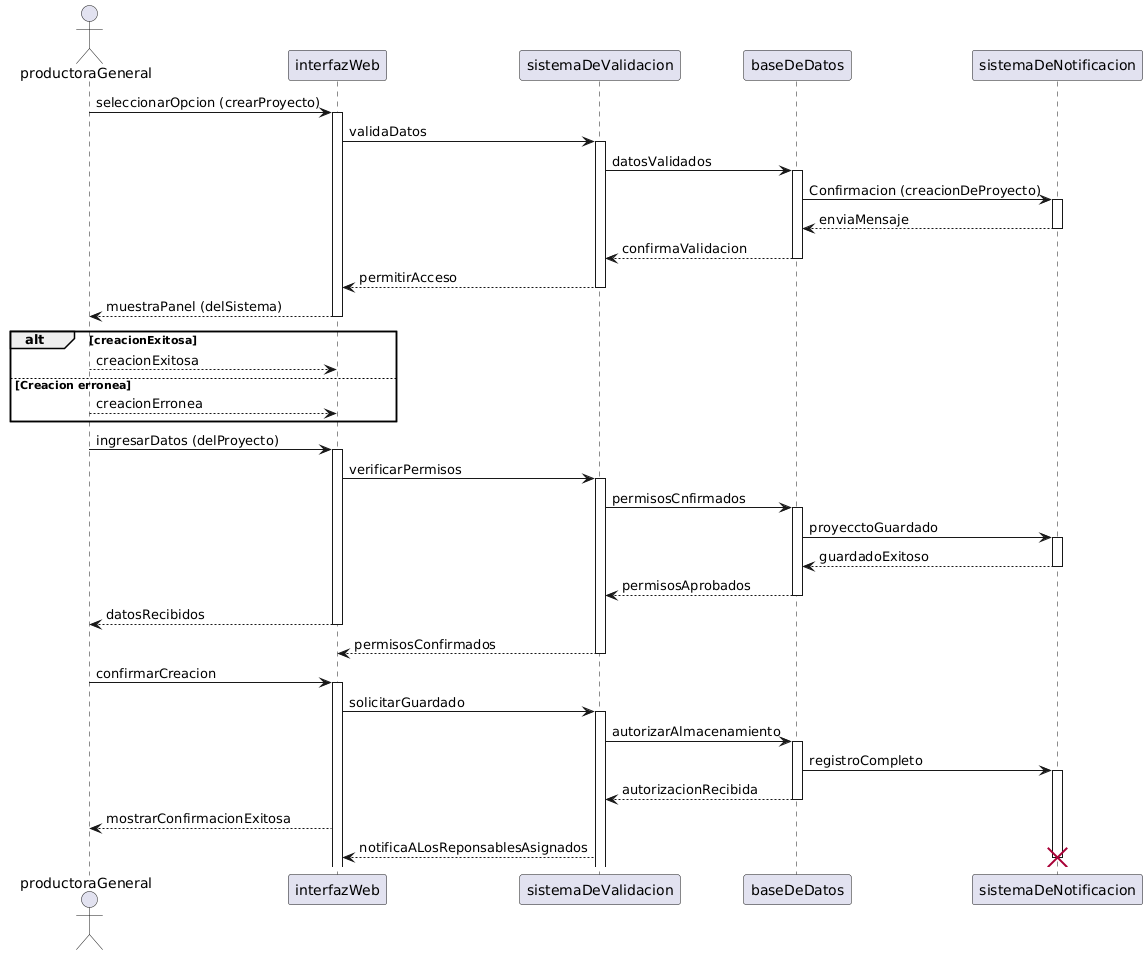
This is diagramas/05-diagramas-secuencia/05-secuencia-creacion-proyecto-creacion-proyecto-exitoso-01.png from 9919-Mili/SistemaProductoraVideos, a PlantUML export, as it was before one commit.
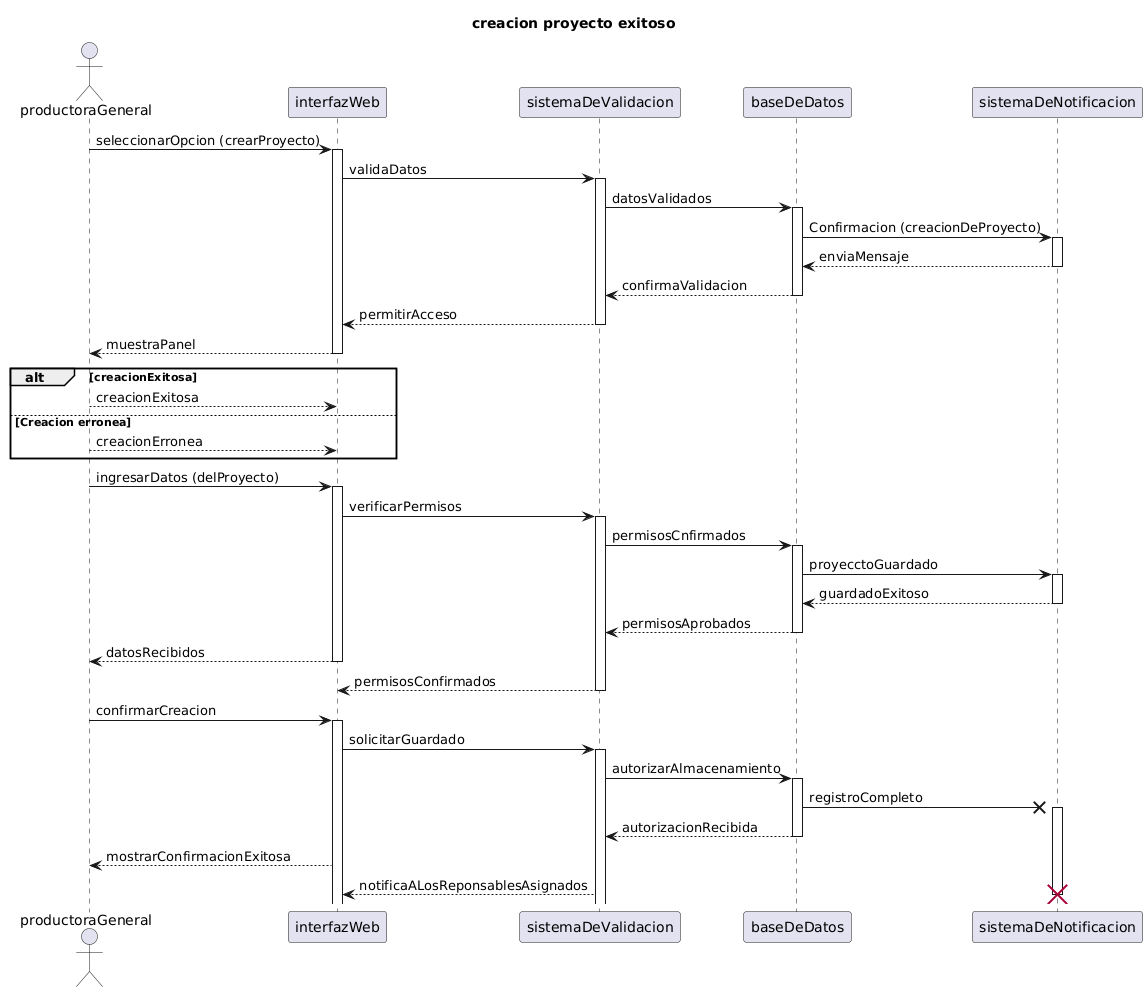
After the change.

What changed in the source:
```diff
@@ -1,9 +1,11 @@
 @startuml
+title creacion proyecto exitoso
+
 actor productoraGeneral
-participant interfazWeb
-participant sistemaDeValidacion
-participant baseDeDatos
-participant sistemaDeNotificacion
+participant interfazWeb as interfazWeb
+participant sistemaDeValidacion as sistemaDeValidacion
+participant baseDeDatos as baseDeDatos
+participant sistemaDeNotificacion as sistemaDeNotificacion
 
 productoraGeneral -> interfazWeb: seleccionarOpcion (crearProyecto)
 activate interfazWeb
@@ -19,7 +21,7 @@
 deactivate baseDeDatos
 sistemaDeValidacion --> interfazWeb: permitirAcceso
 deactivate sistemaDeValidacion
-interfazWeb --> productoraGeneral: muestraPanel (delSistema)
+interfazWeb --> productoraGeneral: muestraPanel
 deactivate interfazWeb
 
 alt creacionExitosa
@@ -53,7 +55,7 @@
 activate sistemaDeValidacion
 sistemaDeValidacion -> baseDeDatos: autorizarAlmacenamiento
 activate baseDeDatos
-baseDeDatos -> sistemaDeNotificacion: registroCompleto
+baseDeDatos -x sistemaDeNotificacion: registroCompleto
 activate sistemaDeNotificacion
 baseDeDatos -->sistemaDeValidacion: autorizacionRecibida
 deactivate  baseDeDatos
```
